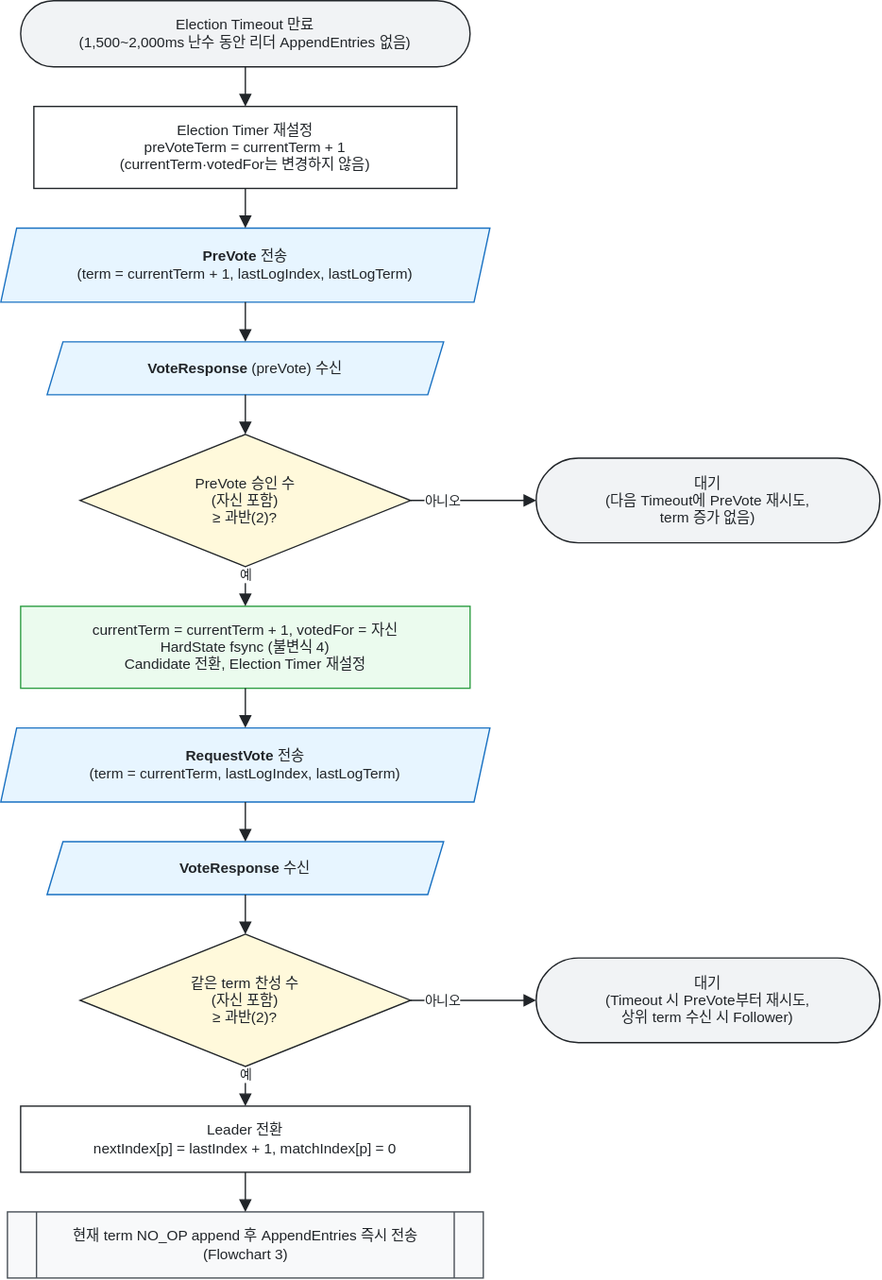
reddiana/a-cert keeps this draw.io diagram as assets/drawio/5.3.2 Raft Flowchart 1 - Candidate Election.svg. Above is the earlier version. Source tidied: cells renumbered, new cells last; positions are measured from the earlier drawing's top-left corner, leaving out a move shared by most shapes. The source it was exported from:
```xml
<mxGraphModel>
  <root>
    <mxCell id="0" />
    <mxCell id="1" parent="0" />
    <mxCell id="2" value="Election Timeout 만료&lt;br&gt;(1,500~2,000ms 난수 동안 리더 AppendEntries 없음)" style="html=1;whiteSpace=wrap;fontFamily=Helvetica;fontSize=11;fontColor=#212529;rounded=1;arcSize=50;fillColor=#f1f3f5;strokeColor=#212529;" parent="1" vertex="1">
      <mxGeometry x="15" width="340" height="50" as="geometry" />
    </mxCell>
    <mxCell id="3" value="Election Timer 재설정&lt;br&gt;preVoteTerm = currentTerm + 1&lt;br&gt;(currentTerm·votedFor는 변경하지 않음)" style="html=1;whiteSpace=wrap;fontFamily=Helvetica;fontSize=11;fontColor=#212529;rounded=0;fillColor=#ffffff;strokeColor=#212529;" parent="1" vertex="1">
      <mxGeometry x="25" y="80" width="320" height="62" as="geometry" />
    </mxCell>
    <mxCell id="4" value="&lt;b&gt;PreVote&lt;/b&gt; 전송&lt;br&gt;(term = currentTerm + 1, lastLogIndex, lastLogTerm)" style="html=1;whiteSpace=wrap;fontFamily=Helvetica;fontSize=11;fontColor=#212529;shape=parallelogram;perimeter=parallelogramPerimeter;fixedSize=1;size=12;fillColor=#e7f5ff;strokeColor=#1971c2;" parent="1" vertex="1">
      <mxGeometry y="172" width="370" height="56" as="geometry" />
    </mxCell>
    <mxCell id="5" value="&lt;b&gt;VoteResponse&lt;/b&gt; (preVote) 수신" style="html=1;whiteSpace=wrap;fontFamily=Helvetica;fontSize=11;fontColor=#212529;shape=parallelogram;perimeter=parallelogramPerimeter;fixedSize=1;size=12;fillColor=#e7f5ff;strokeColor=#1971c2;" parent="1" vertex="1">
      <mxGeometry x="35" y="258" width="300" height="40" as="geometry" />
    </mxCell>
    <mxCell id="6" value="PreVote 승인 수&lt;br&gt;(자신 포함)&lt;br&gt;≥ 과반(2)?" style="html=1;whiteSpace=wrap;fontFamily=Helvetica;fontSize=11;fontColor=#212529;rhombus;fillColor=#fff9db;strokeColor=#212529;spacing=6;" parent="1" vertex="1">
      <mxGeometry x="60" y="328" width="250" height="100" as="geometry" />
    </mxCell>
    <mxCell id="7" value="대기&lt;br&gt;(다음 Timeout에 PreVote 재시도,&lt;br&gt;term 증가 없음)" style="html=1;whiteSpace=wrap;fontFamily=Helvetica;fontSize=11;fontColor=#212529;rounded=1;arcSize=50;fillColor=#f1f3f5;strokeColor=#212529;" parent="1" vertex="1">
      <mxGeometry x="405" y="346" width="260" height="64" as="geometry" />
    </mxCell>
    <mxCell id="8" value="currentTerm = currentTerm + 1, votedFor = 자신&lt;br&gt;HardState fsync (불변식 4)&lt;br&gt;Candidate 전환, Election Timer 재설정" style="html=1;whiteSpace=wrap;fontFamily=Helvetica;fontSize=11;fontColor=#212529;rounded=0;fillColor=#ebfbee;strokeColor=#2f9e44;" parent="1" vertex="1">
      <mxGeometry x="15" y="458" width="340" height="62" as="geometry" />
    </mxCell>
    <mxCell id="9" value="&lt;b&gt;RequestVote&lt;/b&gt; 전송&lt;br&gt;(term = currentTerm, lastLogIndex, lastLogTerm)" style="html=1;whiteSpace=wrap;fontFamily=Helvetica;fontSize=11;fontColor=#212529;shape=parallelogram;perimeter=parallelogramPerimeter;fixedSize=1;size=12;fillColor=#e7f5ff;strokeColor=#1971c2;" parent="1" vertex="1">
      <mxGeometry y="550" width="370" height="56" as="geometry" />
    </mxCell>
    <mxCell id="10" value="&lt;b&gt;VoteResponse&lt;/b&gt; 수신" style="html=1;whiteSpace=wrap;fontFamily=Helvetica;fontSize=11;fontColor=#212529;shape=parallelogram;perimeter=parallelogramPerimeter;fixedSize=1;size=12;fillColor=#e7f5ff;strokeColor=#1971c2;" parent="1" vertex="1">
      <mxGeometry x="35" y="636" width="300" height="40" as="geometry" />
    </mxCell>
    <mxCell id="11" value="같은 term 찬성 수&lt;br&gt;(자신 포함)&lt;br&gt;≥ 과반(2)?" style="html=1;whiteSpace=wrap;fontFamily=Helvetica;fontSize=11;fontColor=#212529;rhombus;fillColor=#fff9db;strokeColor=#212529;spacing=6;" parent="1" vertex="1">
      <mxGeometry x="60" y="706" width="250" height="100" as="geometry" />
    </mxCell>
    <mxCell id="12" value="대기&lt;br&gt;(Timeout 시 PreVote부터 재시도,&lt;br&gt;상위 term 수신 시 Follower)" style="html=1;whiteSpace=wrap;fontFamily=Helvetica;fontSize=11;fontColor=#212529;rounded=1;arcSize=50;fillColor=#f1f3f5;strokeColor=#212529;" parent="1" vertex="1">
      <mxGeometry x="405" y="724" width="260" height="64" as="geometry" />
    </mxCell>
    <mxCell id="13" value="Leader 전환&lt;br&gt;nextIndex[p] = lastIndex + 1, matchIndex[p] = 0" style="html=1;whiteSpace=wrap;fontFamily=Helvetica;fontSize=11;fontColor=#212529;rounded=0;fillColor=#ffffff;strokeColor=#212529;" parent="1" vertex="1">
      <mxGeometry x="15" y="836" width="340" height="50" as="geometry" />
    </mxCell>
    <mxCell id="14" value="현재 term NO_OP append 후 AppendEntries 즉시 전송&lt;br&gt;(Flowchart 3)" style="html=1;whiteSpace=wrap;fontFamily=Helvetica;fontSize=11;fontColor=#212529;shape=process;backgroundOutline=1;size=0.06;fillColor=#f8f9fa;strokeColor=#495057;" parent="1" vertex="1">
      <mxGeometry x="5" y="916" width="360" height="50" as="geometry" />
    </mxCell>
    <mxCell id="15" style="edgeStyle=orthogonalEdgeStyle;rounded=0;html=1;endArrow=block;endFill=1;endSize=7;strokeColor=#212529;fontFamily=Helvetica;fontSize=10;fontColor=#212529;labelBackgroundColor=#ffffff;exitX=0.5;exitY=1;exitDx=0;exitDy=0;entryX=0.5;entryY=0;entryDx=0;entryDy=0;" parent="1" edge="1" source="2" target="3">
      <mxGeometry relative="1" as="geometry" />
    </mxCell>
    <mxCell id="16" style="edgeStyle=orthogonalEdgeStyle;rounded=0;html=1;endArrow=block;endFill=1;endSize=7;strokeColor=#212529;fontFamily=Helvetica;fontSize=10;fontColor=#212529;labelBackgroundColor=#ffffff;exitX=0.5;exitY=1;exitDx=0;exitDy=0;entryX=0.5;entryY=0;entryDx=0;entryDy=0;" parent="1" edge="1" source="3" target="4">
      <mxGeometry relative="1" as="geometry" />
    </mxCell>
    <mxCell id="17" style="edgeStyle=orthogonalEdgeStyle;rounded=0;html=1;endArrow=block;endFill=1;endSize=7;strokeColor=#212529;fontFamily=Helvetica;fontSize=10;fontColor=#212529;labelBackgroundColor=#ffffff;exitX=0.5;exitY=1;exitDx=0;exitDy=0;entryX=0.5;entryY=0;entryDx=0;entryDy=0;" parent="1" edge="1" source="4" target="5">
      <mxGeometry relative="1" as="geometry" />
    </mxCell>
    <mxCell id="18" style="edgeStyle=orthogonalEdgeStyle;rounded=0;html=1;endArrow=block;endFill=1;endSize=7;strokeColor=#212529;fontFamily=Helvetica;fontSize=10;fontColor=#212529;labelBackgroundColor=#ffffff;exitX=0.5;exitY=1;exitDx=0;exitDy=0;entryX=0.5;entryY=0;entryDx=0;entryDy=0;" parent="1" edge="1" source="5" target="6">
      <mxGeometry relative="1" as="geometry" />
    </mxCell>
    <mxCell id="19" style="edgeStyle=orthogonalEdgeStyle;rounded=0;html=1;endArrow=block;endFill=1;endSize=7;strokeColor=#212529;fontFamily=Helvetica;fontSize=10;fontColor=#212529;labelBackgroundColor=#ffffff;exitX=0.5;exitY=1;exitDx=0;exitDy=0;entryX=0.5;entryY=0;entryDx=0;entryDy=0;" parent="1" edge="1" source="8" target="9">
      <mxGeometry relative="1" as="geometry" />
    </mxCell>
    <mxCell id="20" style="edgeStyle=orthogonalEdgeStyle;rounded=0;html=1;endArrow=block;endFill=1;endSize=7;strokeColor=#212529;fontFamily=Helvetica;fontSize=10;fontColor=#212529;labelBackgroundColor=#ffffff;exitX=0.5;exitY=1;exitDx=0;exitDy=0;entryX=0.5;entryY=0;entryDx=0;entryDy=0;" parent="1" edge="1" source="9" target="10">
      <mxGeometry relative="1" as="geometry" />
    </mxCell>
    <mxCell id="21" style="edgeStyle=orthogonalEdgeStyle;rounded=0;html=1;endArrow=block;endFill=1;endSize=7;strokeColor=#212529;fontFamily=Helvetica;fontSize=10;fontColor=#212529;labelBackgroundColor=#ffffff;exitX=0.5;exitY=1;exitDx=0;exitDy=0;entryX=0.5;entryY=0;entryDx=0;entryDy=0;" parent="1" edge="1" source="10" target="11">
      <mxGeometry relative="1" as="geometry" />
    </mxCell>
    <mxCell id="22" style="edgeStyle=orthogonalEdgeStyle;rounded=0;html=1;endArrow=block;endFill=1;endSize=7;strokeColor=#212529;fontFamily=Helvetica;fontSize=10;fontColor=#212529;labelBackgroundColor=#ffffff;exitX=0.5;exitY=1;exitDx=0;exitDy=0;entryX=0.5;entryY=0;entryDx=0;entryDy=0;" parent="1" edge="1" source="13" target="14">
      <mxGeometry relative="1" as="geometry" />
    </mxCell>
    <mxCell id="23" value="아니오" style="edgeStyle=orthogonalEdgeStyle;rounded=0;html=1;endArrow=block;endFill=1;endSize=7;strokeColor=#212529;fontFamily=Helvetica;fontSize=10;fontColor=#212529;labelBackgroundColor=#ffffff;exitX=1;exitY=0.5;exitDx=0;exitDy=0;entryX=0;entryY=0.5;entryDx=0;entryDy=0;" parent="1" edge="1" source="6" target="7">
      <mxGeometry x="-0.5" relative="1" as="geometry" />
    </mxCell>
    <mxCell id="24" value="예" style="edgeStyle=orthogonalEdgeStyle;rounded=0;html=1;endArrow=block;endFill=1;endSize=7;strokeColor=#212529;fontFamily=Helvetica;fontSize=10;fontColor=#212529;labelBackgroundColor=#ffffff;exitX=0.5;exitY=1;exitDx=0;exitDy=0;entryX=0.5;entryY=0;entryDx=0;entryDy=0;" parent="1" edge="1" source="6" target="8">
      <mxGeometry x="-0.6" relative="1" as="geometry" />
    </mxCell>
    <mxCell id="25" value="아니오" style="edgeStyle=orthogonalEdgeStyle;rounded=0;html=1;endArrow=block;endFill=1;endSize=7;strokeColor=#212529;fontFamily=Helvetica;fontSize=10;fontColor=#212529;labelBackgroundColor=#ffffff;exitX=1;exitY=0.5;exitDx=0;exitDy=0;entryX=0;entryY=0.5;entryDx=0;entryDy=0;" parent="1" edge="1" source="11" target="12">
      <mxGeometry x="-0.5" relative="1" as="geometry" />
    </mxCell>
    <mxCell id="26" value="예" style="edgeStyle=orthogonalEdgeStyle;rounded=0;html=1;endArrow=block;endFill=1;endSize=7;strokeColor=#212529;fontFamily=Helvetica;fontSize=10;fontColor=#212529;labelBackgroundColor=#ffffff;exitX=0.5;exitY=1;exitDx=0;exitDy=0;entryX=0.5;entryY=0;entryDx=0;entryDy=0;" parent="1" edge="1" source="11" target="13">
      <mxGeometry x="-0.6" relative="1" as="geometry" />
    </mxCell>
  </root>
</mxGraphModel>
```
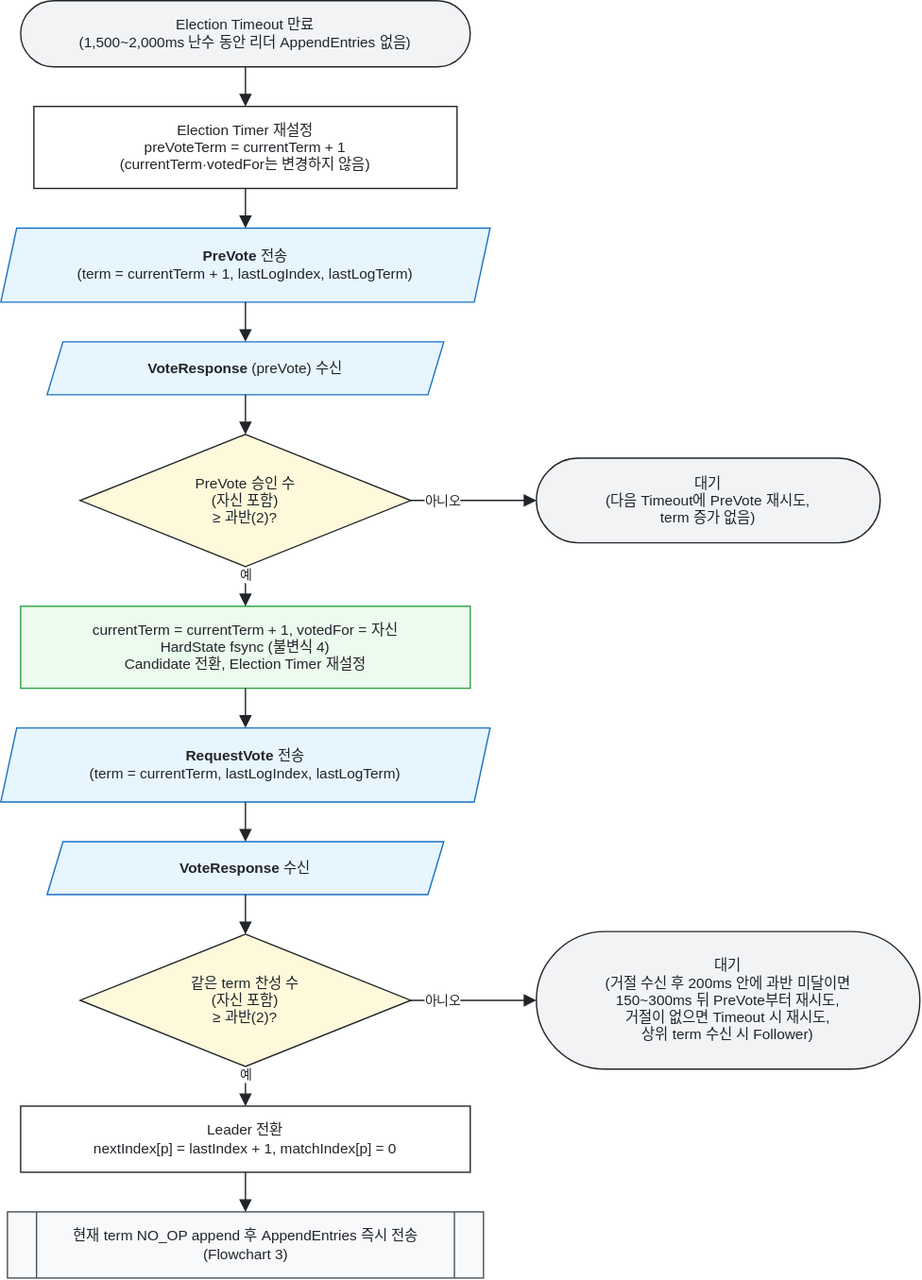
The same file after the commit.

The edit, as a diff of the source:
```diff
@@ -32,8 +32,8 @@
     <mxCell id="11" value="같은 term 찬성 수&lt;br&gt;(자신 포함)&lt;br&gt;≥ 과반(2)?" style="html=1;whiteSpace=wrap;fontFamily=Helvetica;fontSize=11;fontColor=#212529;rhombus;fillColor=#fff9db;strokeColor=#212529;spacing=6;" parent="1" vertex="1">
       <mxGeometry x="60" y="706" width="250" height="100" as="geometry" />
     </mxCell>
-    <mxCell id="12" value="대기&lt;br&gt;(Timeout 시 PreVote부터 재시도,&lt;br&gt;상위 term 수신 시 Follower)" style="html=1;whiteSpace=wrap;fontFamily=Helvetica;fontSize=11;fontColor=#212529;rounded=1;arcSize=50;fillColor=#f1f3f5;strokeColor=#212529;" parent="1" vertex="1">
-      <mxGeometry x="405" y="724" width="260" height="64" as="geometry" />
+    <mxCell id="12" value="대기&lt;br&gt;(거절 수신 후 200ms 안에 과반 미달이면&lt;br&gt;150~300ms 뒤 PreVote부터 재시도,&lt;br&gt;거절이 없으면 Timeout 시 재시도,&lt;br&gt;상위 term 수신 시 Follower)" style="html=1;whiteSpace=wrap;fontFamily=Helvetica;fontSize=11;fontColor=#212529;rounded=1;arcSize=50;fillColor=#f1f3f5;strokeColor=#212529;" parent="1" vertex="1">
+      <mxGeometry x="405" y="704" width="290" height="104" as="geometry" />
     </mxCell>
     <mxCell id="13" value="Leader 전환&lt;br&gt;nextIndex[p] = lastIndex + 1, matchIndex[p] = 0" style="html=1;whiteSpace=wrap;fontFamily=Helvetica;fontSize=11;fontColor=#212529;rounded=0;fillColor=#ffffff;strokeColor=#212529;" parent="1" vertex="1">
       <mxGeometry x="15" y="836" width="340" height="50" as="geometry" />
```
